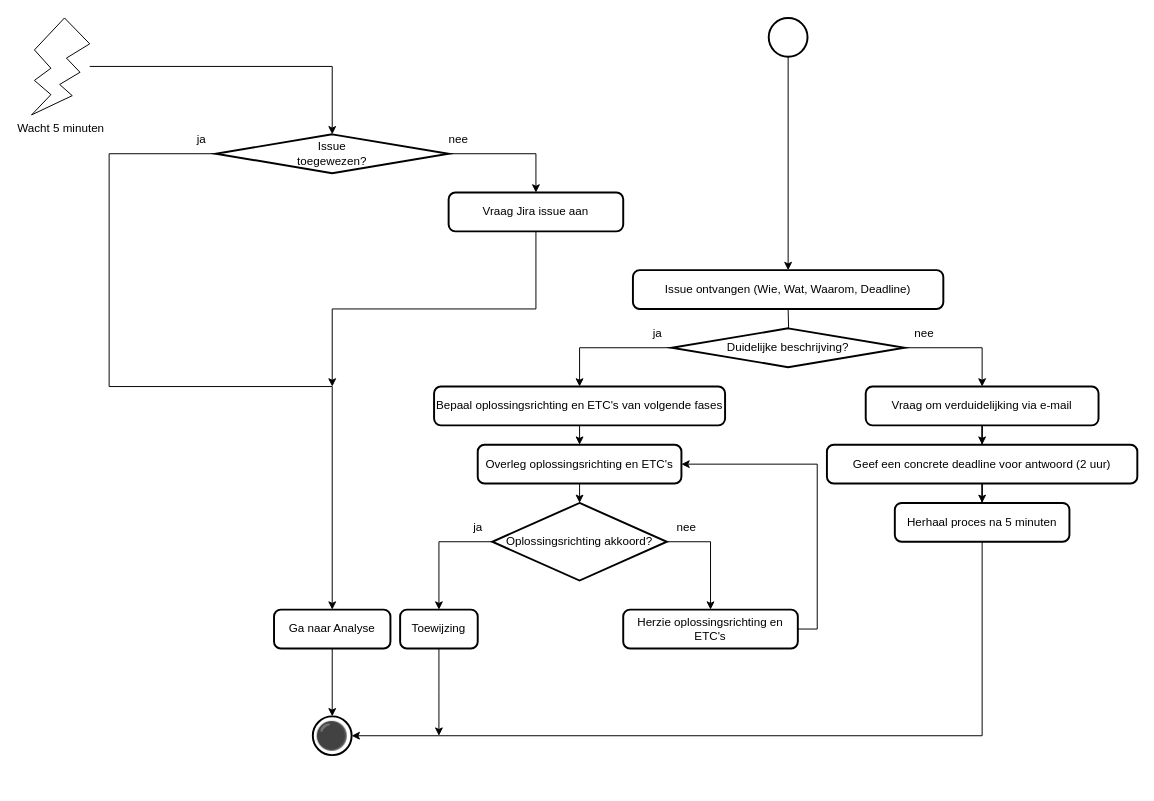
Earlier version of the draw.io diagram 1 Issue Tracker intake.drawio (Zaibatsu89/IssueTracker). Source tidied: cells renumbered, new cells numbered last; positions are measured from the earlier drawing's top-left corner, leaving out a move shared by most shapes. Both pictures are drawn from the tidied source at 97%, with x=0, y=0 at pixel (31, 17).
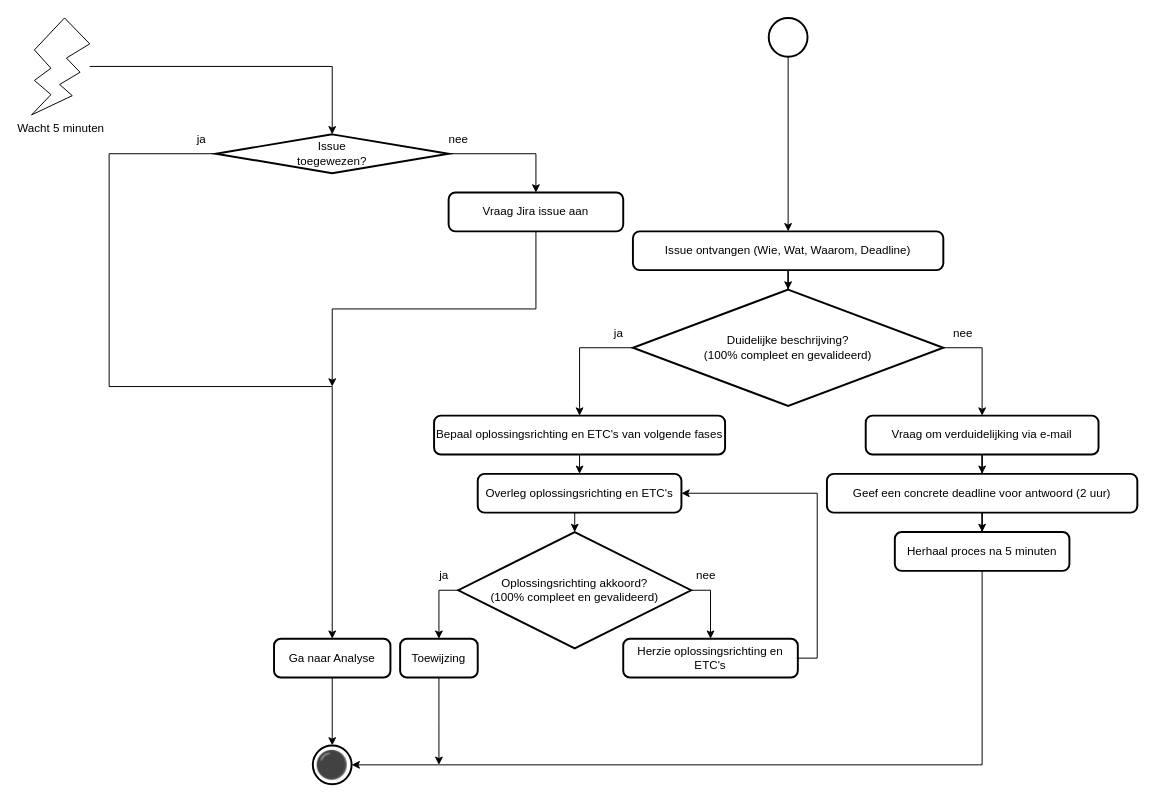
The same page after the edit.

The edit, as a diff of the source:
```diff
@@
-    <mxCell id="4" style="edgeStyle=orthogonalEdgeStyle;rounded=0;jettySize=auto;html=1;" parent="1" edge="1" target="8">
-      <mxGeometry relative="1" as="geometry">
-        <mxPoint x="780" y="300" as="sourcePoint" />
-      </mxGeometry>
-    </mxCell>
+    <mxCell id="43" style="edgeStyle=orthogonalEdgeStyle;rounded=0;jettySize=auto;html=1;" parent="1" edge="1" source="5" target="8">
+      <mxGeometry relative="1" as="geometry" />
+    </mxCell>
     <mxCell id="5" value="Issue ontvangen (Wie, Wat, Waarom, Deadline)" style="rounded=1;whiteSpace=wrap;html=1;absoluteArcSize=1;arcSize=14;strokeWidth=2;" parent="1" vertex="1">
-      <mxGeometry x="620" y="260" width="320" height="40" as="geometry" />
+      <mxGeometry x="620" y="220" width="320" height="40" as="geometry" />
     </mxCell>
+    <mxCell id="7" style="edgeStyle=orthogonalEdgeStyle;rounded=0;jettySize=auto;html=1;exitX=0;exitY=0.5;exitDx=0;exitDy=0;exitPerimeter=0;entryX=0.5;entryY=0;entryDx=0;entryDy=0;" parent="1" edge="1" source="8" target="27">
+      <mxGeometry relative="1" as="geometry" />
+    </mxCell>
-    <mxCell id="6" style="edgeStyle=orthogonalEdgeStyle;rounded=0;jettySize=auto;html=1;exitX=1;exitY=0.5;exitDx=0;exitDy=0;exitPerimeter=0;entryX=0.5;entryY=0;entryDx=0;entryDy=0;" parent="1" edge="1" source="8" target="10">
+    <mxCell id="6" style="edgeStyle=orthogonalEdgeStyle;rounded=0;jettySize=auto;html=1;exitX=1;exitY=0.5;exitDx=0;exitDy=0;exitPerimeter=0;" parent="1" edge="1" source="8" target="10">
       <mxGeometry relative="1" as="geometry" />
     </mxCell>
-    <mxCell id="7" style="edgeStyle=orthogonalEdgeStyle;rounded=0;jettySize=auto;html=1;exitX=0;exitY=0.5;exitDx=0;exitDy=0;exitPerimeter=0;entryX=0.5;entryY=0;entryDx=0;entryDy=0;" parent="1" edge="1" source="8" target="27">
-      <mxGeometry relative="1" as="geometry" />
-    </mxCell>
-    <mxCell id="8" value="Duidelijke beschrijving?" style="strokeWidth=2;html=1;shape=mxgraph.flowchart.decision;whiteSpace=wrap;" parent="1" vertex="1">
-      <mxGeometry x="660" y="320" width="240" height="40" as="geometry" />
+    <mxCell id="8" value="Duidelijke beschrijving?&lt;div&gt;(100% compleet&amp;nbsp;&lt;span style=&quot;background-color: transparent; color: light-dark(rgb(0, 0, 0), rgb(255, 255, 255));&quot;&gt;en gevalideerd)&lt;/span&gt;&lt;/div&gt;" style="strokeWidth=2;html=1;shape=mxgraph.flowchart.decision;whiteSpace=wrap;" parent="1" vertex="1">
+      <mxGeometry x="620" y="280" width="320" height="120" as="geometry" />
     </mxCell>
@@
     <mxCell id="10" value="Vraag om verduidelijking via e-mail" style="rounded=1;whiteSpace=wrap;html=1;absoluteArcSize=1;arcSize=14;strokeWidth=2;" parent="1" vertex="1">
-      <mxGeometry x="860" y="380" width="240" height="40" as="geometry" />
+      <mxGeometry x="860" y="410" width="240" height="40" as="geometry" />
     </mxCell>
     <mxCell id="11" value="nee" style="text;html=1;align=center;verticalAlign=middle;strokeColor=none;fillColor=none;" parent="1" vertex="1">
-      <mxGeometry x="900" y="310" width="40" height="30" as="geometry" />
+      <mxGeometry x="940" y="310" width="40" height="30" as="geometry" />
     </mxCell>
@@
     <mxCell id="13" value="Geef een concrete deadline voor antwoord (2 uur)" style="rounded=1;whiteSpace=wrap;html=1;absoluteArcSize=1;arcSize=14;strokeWidth=2;" parent="1" vertex="1">
-      <mxGeometry x="820" y="440" width="320" height="40" as="geometry" />
+      <mxGeometry x="820" y="470" width="320" height="40" as="geometry" />
     </mxCell>
     <mxCell id="14" value="Herhaal proces na 5 minuten" style="rounded=1;whiteSpace=wrap;html=1;absoluteArcSize=1;arcSize=14;strokeWidth=2;" parent="1" vertex="1">
-      <mxGeometry x="890" y="500" width="180" height="40" as="geometry" />
+      <mxGeometry x="890" y="530" width="180" height="40" as="geometry" />
     </mxCell>
     <mxCell id="15" value="ja" style="text;html=1;align=center;verticalAlign=middle;strokeColor=none;fillColor=none;" parent="1" vertex="1">
-      <mxGeometry x="630" y="310" width="30" height="30" as="geometry" />
+      <mxGeometry x="590" y="310" width="30" height="30" as="geometry" />
     </mxCell>
@@
     <mxCell id="19" value="&lt;font&gt;⚫&lt;/font&gt;" style="strokeWidth=2;html=1;shape=mxgraph.flowchart.start_2;whiteSpace=wrap;fillStyle=solid;fillColor=none;perimeterSpacing=0;shadow=0;gradientColor=none;gradientDirection=north;fontSize=28;" parent="1" vertex="1">
-      <mxGeometry x="290" y="720" width="40" height="40" as="geometry" />
+      <mxGeometry x="290" y="750" width="40" height="40" as="geometry" />
     </mxCell>
@@
     <mxCell id="27" value="Bepaal oplossingsrichting en ETC's van volgende fases" style="rounded=1;whiteSpace=wrap;html=1;absoluteArcSize=1;arcSize=14;strokeWidth=2;" parent="1" vertex="1">
-      <mxGeometry x="415" y="380" width="300" height="40" as="geometry" />
+      <mxGeometry x="415" y="410" width="300" height="40" as="geometry" />
     </mxCell>
     <mxCell id="28" value="Overleg oplossingsrichting en ETC's" style="rounded=1;whiteSpace=wrap;html=1;absoluteArcSize=1;arcSize=14;strokeWidth=2;" parent="1" vertex="1">
-      <mxGeometry x="460" y="440" width="210" height="40" as="geometry" />
+      <mxGeometry x="460" y="470" width="210" height="40" as="geometry" />
     </mxCell>
     <mxCell id="29" style="edgeStyle=orthogonalEdgeStyle;rounded=0;jettySize=auto;html=1;exitX=0.5;exitY=1;exitDx=0;exitDy=0;" parent="1" edge="1" source="30">
       <mxGeometry relative="1" as="geometry">
-        <mxPoint x="420" y="740" as="targetPoint" />
+        <mxPoint x="420" y="770" as="targetPoint" />
       </mxGeometry>
     </mxCell>
     <mxCell id="30" value="Toewijzing" style="rounded=1;whiteSpace=wrap;html=1;absoluteArcSize=1;arcSize=14;strokeWidth=2;" parent="1" vertex="1">
-      <mxGeometry x="380" y="610" width="80" height="40" as="geometry" />
+      <mxGeometry x="380" y="640" width="80" height="40" as="geometry" />
     </mxCell>
@@
     <mxCell id="33" value="Ga naar Analyse" style="rounded=1;whiteSpace=wrap;html=1;absoluteArcSize=1;arcSize=14;strokeWidth=2;" parent="1" vertex="1">
-      <mxGeometry x="250" y="610" width="120" height="40" as="geometry" />
+      <mxGeometry x="250" y="640" width="120" height="40" as="geometry" />
     </mxCell>
@@
-    <mxCell id="37" value="Oplossingsrichting akkoord?" style="strokeWidth=2;html=1;shape=mxgraph.flowchart.decision;whiteSpace=wrap;" parent="1" vertex="1">
-      <mxGeometry x="475" y="500" width="180" height="80" as="geometry" />
+    <mxCell id="37" value="Oplossingsrichting akkoord?&lt;div&gt;(100% compleet en gevalideerd)&lt;/div&gt;" style="strokeWidth=2;html=1;shape=mxgraph.flowchart.decision;whiteSpace=wrap;" parent="1" vertex="1">
+      <mxGeometry x="440" y="530" width="240" height="120" as="geometry" />
     </mxCell>
@@
     <mxCell id="39" value="ja" style="text;html=1;align=center;verticalAlign=middle;strokeColor=none;fillColor=none;" parent="1" vertex="1">
-      <mxGeometry x="445" y="510" width="30" height="30" as="geometry" />
+      <mxGeometry x="410" y="560" width="30" height="30" as="geometry" />
     </mxCell>
@@
     <mxCell id="41" value="Herzie oplossingsrichting en ETC's" style="rounded=1;whiteSpace=wrap;html=1;absoluteArcSize=1;arcSize=14;strokeWidth=2;" parent="1" vertex="1">
-      <mxGeometry x="610" y="610" width="180" height="40" as="geometry" />
+      <mxGeometry x="610" y="640" width="180" height="40" as="geometry" />
     </mxCell>
     <mxCell id="42" value="nee" style="text;html=1;align=center;verticalAlign=middle;strokeColor=none;fillColor=none;" parent="1" vertex="1">
-      <mxGeometry x="655" y="510" width="40" height="30" as="geometry" />
+      <mxGeometry x="675" y="560" width="40" height="30" as="geometry" />
     </mxCell>
```
